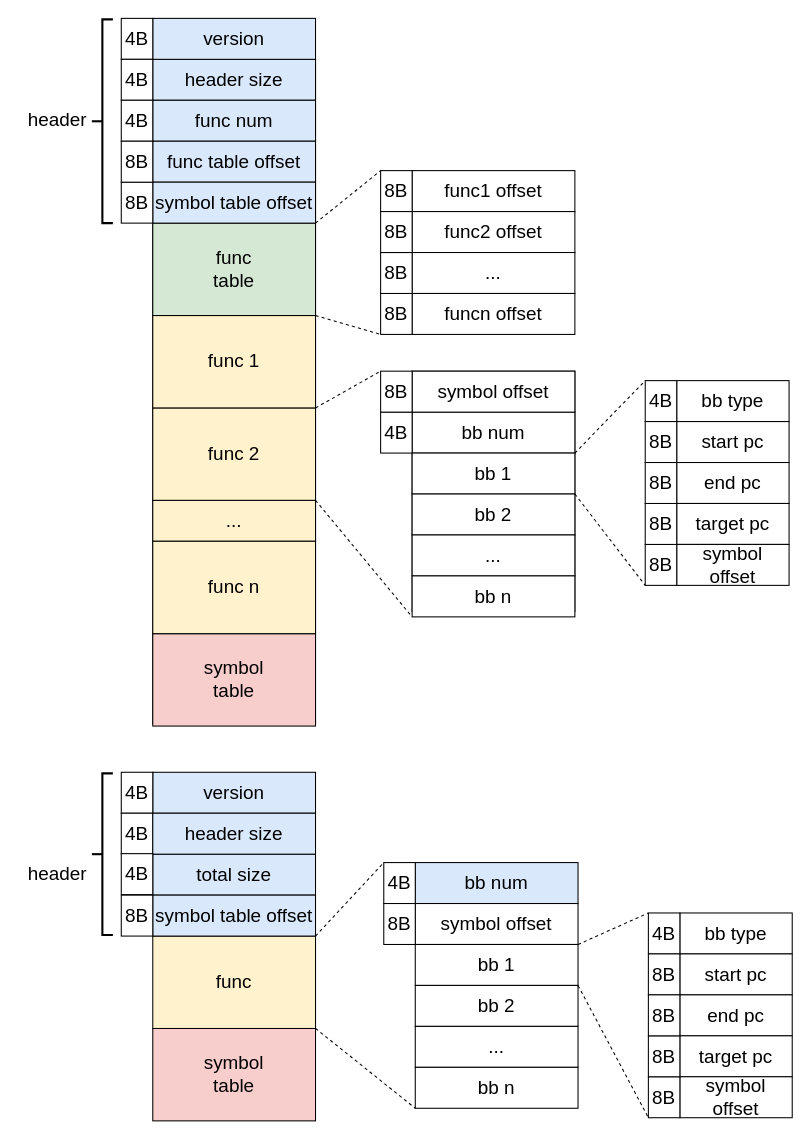
The draw.io diagram cfg 二进制布局设计.drawio in liyp1120/draw.io, before the edit. Source tidied: cells renumbered, new cells numbered last; positions are measured from the earlier drawing's top-left corner, leaving out a move shared by most shapes. Both pictures are drawn from the tidied source at 105%, with x=0, y=0 at pixel (18, 18).
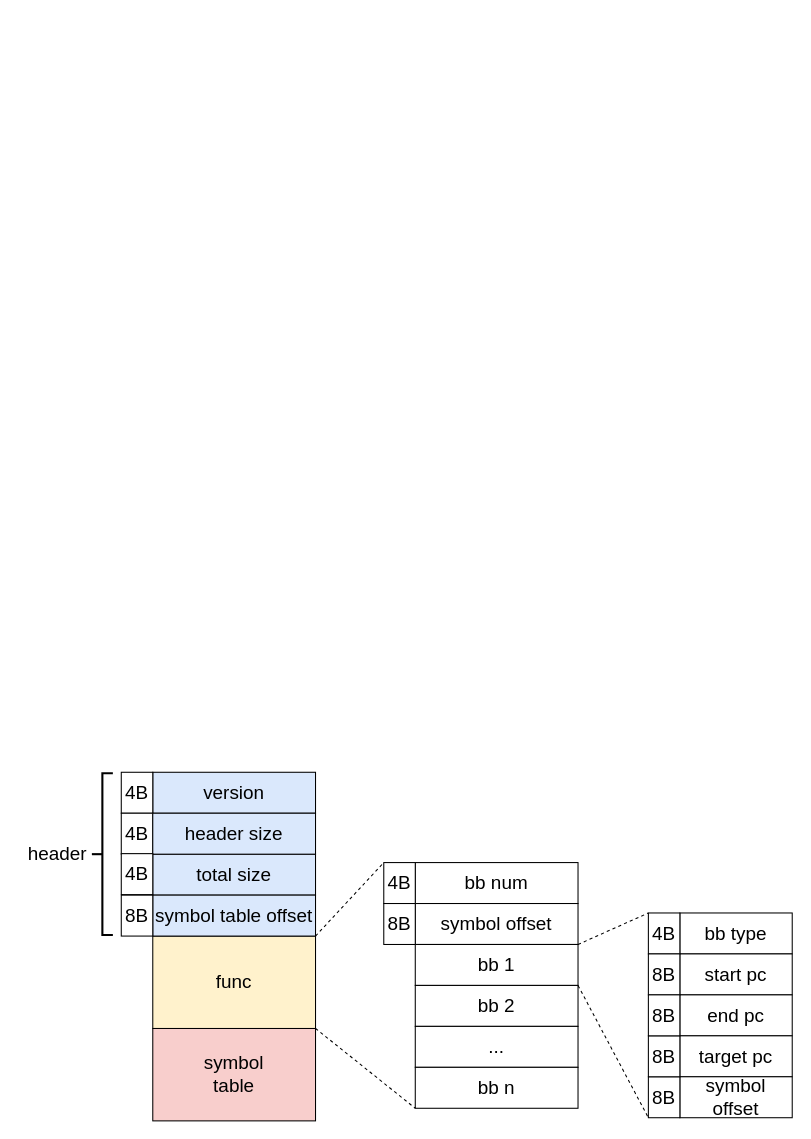
Above is the later version.

Commit message:
更新cfg 二进制布局设计.drawio

What changed in the source:
```diff
@@
-    <mxCell id="2" style="rounded=0;whiteSpace=wrap;html=1;" parent="1" vertex="1">
-      <mxGeometry x="128" y="39" width="155" height="633" as="geometry" />
-    </mxCell>
-    <mxCell id="3" value="&lt;font style=&quot;font-size: 18px;&quot;&gt;header size&lt;/font&gt;" style="rounded=0;whiteSpace=wrap;html=1;fillColor=#dae8fc;strokeColor=default;" parent="1" vertex="1">
-      <mxGeometry x="128" y="39" width="155" height="39" as="geometry" />
-    </mxCell>
-    <mxCell id="4" value="&lt;font style=&quot;font-size: 18px;&quot;&gt;version&lt;/font&gt;" style="rounded=0;whiteSpace=wrap;html=1;fillColor=#dae8fc;strokeColor=default;" parent="1" vertex="1">
-      <mxGeometry x="128" width="155" height="39" as="geometry" />
-    </mxCell>
-    <mxCell id="5" value="&lt;font style=&quot;font-size: 18px;&quot;&gt;func num&lt;/font&gt;" style="rounded=0;whiteSpace=wrap;html=1;fillColor=#dae8fc;strokeColor=default;" parent="1" vertex="1">
-      <mxGeometry x="128" y="78" width="155" height="39" as="geometry" />
-    </mxCell>
-    <mxCell id="6" value="&lt;span style=&quot;font-size: 18px;&quot;&gt;...&lt;/span&gt;" style="rounded=0;whiteSpace=wrap;html=1;fillColor=#fff2cc;strokeColor=default;" parent="1" vertex="1">
-      <mxGeometry x="128" y="459" width="155" height="39" as="geometry" />
-    </mxCell>
-    <mxCell id="7" value="&lt;font style=&quot;font-size: 18px;&quot;&gt;symbol&lt;br&gt;table&lt;br&gt;&lt;/font&gt;" style="rounded=0;whiteSpace=wrap;html=1;fillColor=#f8cecc;strokeColor=default;" parent="1" vertex="1">
-      <mxGeometry x="128" y="586" width="155" height="88" as="geometry" />
-    </mxCell>
-    <mxCell id="8" value="&lt;font style=&quot;font-size: 18px;&quot;&gt;func table offset&lt;/font&gt;" style="rounded=0;whiteSpace=wrap;html=1;fillColor=#dae8fc;strokeColor=default;" parent="1" vertex="1">
-      <mxGeometry x="128" y="117" width="155" height="39" as="geometry" />
-    </mxCell>
-    <mxCell id="9" value="&lt;font style=&quot;font-size: 18px;&quot;&gt;func n&lt;/font&gt;" style="rounded=0;whiteSpace=wrap;html=1;fillColor=#fff2cc;strokeColor=default;" parent="1" vertex="1">
-      <mxGeometry x="128" y="498" width="155" height="88" as="geometry" />
-    </mxCell>
-    <mxCell id="10" value="&lt;font style=&quot;font-size: 18px;&quot;&gt;func 2&lt;/font&gt;" style="rounded=0;whiteSpace=wrap;html=1;fillColor=#fff2cc;strokeColor=default;" parent="1" vertex="1">
-      <mxGeometry x="128" y="371" width="155" height="88" as="geometry" />
-    </mxCell>
-    <mxCell id="11" style="rounded=0;jettySize=auto;html=1;exitX=1;exitY=0;exitDx=0;exitDy=0;entryX=0;entryY=1;entryDx=0;entryDy=0;endArrow=none;dashed=1;" parent="1" edge="1" source="12" target="42">
-      <mxGeometry relative="1" as="geometry" />
-    </mxCell>
-    <mxCell id="12" value="&lt;font style=&quot;font-size: 18px;&quot;&gt;func 1&lt;/font&gt;" style="rounded=0;whiteSpace=wrap;html=1;fillColor=#fff2cc;strokeColor=default;" parent="1" vertex="1">
-      <mxGeometry x="128" y="283" width="155" height="88" as="geometry" />
-    </mxCell>
-    <mxCell id="13" value="&lt;font style=&quot;font-size: 18px;&quot;&gt;func1 offset&lt;/font&gt;" style="rounded=0;whiteSpace=wrap;html=1;" parent="1" vertex="1">
-      <mxGeometry x="375" y="145" width="155" height="39" as="geometry" />
-    </mxCell>
-    <mxCell id="14" value="&lt;font style=&quot;font-size: 18px;&quot;&gt;func2 offset&lt;/font&gt;" style="rounded=0;whiteSpace=wrap;html=1;" parent="1" vertex="1">
-      <mxGeometry x="375" y="184" width="155" height="39" as="geometry" />
-    </mxCell>
-    <mxCell id="15" value="&lt;font style=&quot;font-size: 18px;&quot;&gt;...&lt;/font&gt;" style="rounded=0;whiteSpace=wrap;html=1;" parent="1" vertex="1">
-      <mxGeometry x="375" y="223" width="155" height="39" as="geometry" />
-    </mxCell>
-    <mxCell id="16" value="&lt;font style=&quot;font-size: 18px;&quot;&gt;funcn offset&lt;/font&gt;" style="rounded=0;whiteSpace=wrap;html=1;" parent="1" vertex="1">
-      <mxGeometry x="375" y="262" width="155" height="39" as="geometry" />
-    </mxCell>
-    <mxCell id="17" style="strokeWidth=2;html=1;shape=mxgraph.flowchart.annotation_2;align=left;labelPosition=right;" parent="1" vertex="1">
-      <mxGeometry x="70" y="1" width="20" height="194" as="geometry" />
-    </mxCell>
-    <mxCell id="18" value="&lt;font style=&quot;font-size: 18px;&quot;&gt;header&lt;/font&gt;" style="text;html=1;align=center;verticalAlign=middle;strokeColor=none;fillColor=none;" parent="1" vertex="1">
-      <mxGeometry y="80" width="74" height="34" as="geometry" />
-    </mxCell>
-    <mxCell id="19" value="&lt;font style=&quot;font-size: 18px;&quot;&gt;func&lt;br&gt;table&lt;br&gt;&lt;/font&gt;" style="rounded=0;whiteSpace=wrap;html=1;fillColor=#d5e8d4;strokeColor=default;" parent="1" vertex="1">
-      <mxGeometry x="128" y="195" width="155" height="88" as="geometry" />
-    </mxCell>
-    <mxCell id="20" style="rounded=0;whiteSpace=wrap;html=1;" parent="1" vertex="1">
-      <mxGeometry x="375" y="336" width="155" height="229" as="geometry" />
-    </mxCell>
-    <mxCell id="21" value="&lt;font style=&quot;font-size: 18px;&quot;&gt;bb num&lt;/font&gt;" style="rounded=0;whiteSpace=wrap;html=1;" parent="1" vertex="1">
-      <mxGeometry x="375" y="375" width="155" height="39" as="geometry" />
-    </mxCell>
-    <mxCell id="22" value="&lt;font style=&quot;font-size: 18px;&quot;&gt;symbol offset&lt;/font&gt;" style="rounded=0;whiteSpace=wrap;html=1;" parent="1" vertex="1">
-      <mxGeometry x="375" y="336" width="155" height="39" as="geometry" />
-    </mxCell>
-    <mxCell id="23" value="&lt;font style=&quot;font-size: 18px;&quot;&gt;bb 1&lt;/font&gt;" style="rounded=0;whiteSpace=wrap;html=1;" parent="1" vertex="1">
-      <mxGeometry x="375" y="414" width="155" height="39" as="geometry" />
-    </mxCell>
-    <mxCell id="24" value="&lt;font style=&quot;font-size: 18px;&quot;&gt;bb 2&lt;/font&gt;" style="rounded=0;whiteSpace=wrap;html=1;" parent="1" vertex="1">
-      <mxGeometry x="375" y="453" width="155" height="39" as="geometry" />
-    </mxCell>
-    <mxCell id="25" value="&lt;font style=&quot;font-size: 18px;&quot;&gt;...&lt;/font&gt;" style="rounded=0;whiteSpace=wrap;html=1;" parent="1" vertex="1">
-      <mxGeometry x="375" y="492" width="155" height="39" as="geometry" />
-    </mxCell>
-    <mxCell id="26" value="&lt;font style=&quot;font-size: 18px;&quot;&gt;bb n&lt;/font&gt;" style="rounded=0;whiteSpace=wrap;html=1;" parent="1" vertex="1">
-      <mxGeometry x="375" y="531" width="155" height="39" as="geometry" />
-    </mxCell>
-    <mxCell id="27" value="&lt;font style=&quot;font-size: 18px;&quot;&gt;bb type&lt;/font&gt;" style="rounded=0;whiteSpace=wrap;html=1;" parent="1" vertex="1">
-      <mxGeometry x="627" y="345" width="107" height="39" as="geometry" />
-    </mxCell>
-    <mxCell id="28" value="&lt;font style=&quot;font-size: 18px;&quot;&gt;start pc&lt;/font&gt;" style="rounded=0;whiteSpace=wrap;html=1;" parent="1" vertex="1">
-      <mxGeometry x="627" y="384" width="107" height="39" as="geometry" />
-    </mxCell>
-    <mxCell id="29" value="&lt;font style=&quot;font-size: 18px;&quot;&gt;end pc&lt;/font&gt;" style="rounded=0;whiteSpace=wrap;html=1;" parent="1" vertex="1">
-      <mxGeometry x="627" y="423" width="107" height="39" as="geometry" />
-    </mxCell>
-    <mxCell id="30" value="&lt;font style=&quot;font-size: 18px;&quot;&gt;target pc&lt;/font&gt;" style="rounded=0;whiteSpace=wrap;html=1;" parent="1" vertex="1">
-      <mxGeometry x="627" y="462" width="107" height="39" as="geometry" />
-    </mxCell>
-    <mxCell id="31" value="&lt;font style=&quot;font-size: 18px;&quot;&gt;symbol offset&lt;/font&gt;" style="rounded=0;whiteSpace=wrap;html=1;" parent="1" vertex="1">
-      <mxGeometry x="627" y="501" width="107" height="39" as="geometry" />
-    </mxCell>
-    <mxCell id="32" value="&lt;font style=&quot;font-size: 18px;&quot;&gt;symbol table offset&lt;/font&gt;" style="rounded=0;whiteSpace=wrap;html=1;fillColor=#dae8fc;strokeColor=default;" parent="1" vertex="1">
-      <mxGeometry x="128" y="156" width="155" height="39" as="geometry" />
-    </mxCell>
-    <mxCell id="33" value="&lt;font style=&quot;font-size: 18px;&quot;&gt;4B&lt;/font&gt;" style="rounded=0;whiteSpace=wrap;html=1;" parent="1" vertex="1">
-      <mxGeometry x="98" width="30" height="39" as="geometry" />
-    </mxCell>
-    <mxCell id="34" value="&lt;font style=&quot;font-size: 18px;&quot;&gt;4B&lt;/font&gt;" style="rounded=0;whiteSpace=wrap;html=1;" parent="1" vertex="1">
-      <mxGeometry x="98" y="39" width="30" height="39" as="geometry" />
-    </mxCell>
-    <mxCell id="35" value="&lt;font style=&quot;font-size: 18px;&quot;&gt;4B&lt;/font&gt;" style="rounded=0;whiteSpace=wrap;html=1;" parent="1" vertex="1">
-      <mxGeometry x="98" y="78" width="30" height="39" as="geometry" />
-    </mxCell>
-    <mxCell id="36" value="&lt;font style=&quot;font-size: 18px;&quot;&gt;8B&lt;/font&gt;" style="rounded=0;whiteSpace=wrap;html=1;" parent="1" vertex="1">
-      <mxGeometry x="345" y="145" width="30" height="39" as="geometry" />
-    </mxCell>
-    <mxCell id="37" value="&lt;font style=&quot;font-size: 18px;&quot;&gt;8B&lt;/font&gt;" style="rounded=0;whiteSpace=wrap;html=1;" parent="1" vertex="1">
-      <mxGeometry x="98" y="156" width="30" height="39" as="geometry" />
-    </mxCell>
-    <mxCell id="38" value="&lt;font style=&quot;font-size: 18px;&quot;&gt;8B&lt;/font&gt;" style="rounded=0;whiteSpace=wrap;html=1;" parent="1" vertex="1">
-      <mxGeometry x="98" y="117" width="30" height="39" as="geometry" />
-    </mxCell>
-    <mxCell id="39" value="&lt;font style=&quot;font-size: 18px;&quot;&gt;4B&lt;/font&gt;" style="rounded=0;whiteSpace=wrap;html=1;" parent="1" vertex="1">
-      <mxGeometry x="597" y="345" width="30" height="39" as="geometry" />
-    </mxCell>
-    <mxCell id="40" value="&lt;font style=&quot;font-size: 18px;&quot;&gt;4B&lt;/font&gt;" style="rounded=0;whiteSpace=wrap;html=1;" parent="1" vertex="1">
-      <mxGeometry x="345" y="375" width="30" height="39" as="geometry" />
-    </mxCell>
-    <mxCell id="41" value="&lt;font style=&quot;font-size: 18px;&quot;&gt;8B&lt;/font&gt;" style="rounded=0;whiteSpace=wrap;html=1;" parent="1" vertex="1">
-      <mxGeometry x="345" y="336" width="30" height="39" as="geometry" />
-    </mxCell>
-    <mxCell id="42" value="&lt;font style=&quot;font-size: 18px;&quot;&gt;8B&lt;/font&gt;" style="rounded=0;whiteSpace=wrap;html=1;" parent="1" vertex="1">
-      <mxGeometry x="345" y="262" width="30" height="39" as="geometry" />
-    </mxCell>
-    <mxCell id="43" value="&lt;font style=&quot;font-size: 18px;&quot;&gt;8B&lt;/font&gt;" style="rounded=0;whiteSpace=wrap;html=1;" parent="1" vertex="1">
-      <mxGeometry x="345" y="223" width="30" height="39" as="geometry" />
-    </mxCell>
-    <mxCell id="44" value="&lt;font style=&quot;font-size: 18px;&quot;&gt;8B&lt;/font&gt;" style="rounded=0;whiteSpace=wrap;html=1;" parent="1" vertex="1">
-      <mxGeometry x="345" y="184" width="30" height="39" as="geometry" />
-    </mxCell>
-    <mxCell id="45" style="rounded=0;jettySize=auto;html=1;exitX=1;exitY=1;exitDx=0;exitDy=0;entryX=0;entryY=0;entryDx=0;entryDy=0;endArrow=none;dashed=1;" parent="1" edge="1" source="32" target="36">
-      <mxGeometry relative="1" as="geometry" />
-    </mxCell>
-    <mxCell id="46" style="rounded=0;jettySize=auto;html=1;exitX=1;exitY=1;exitDx=0;exitDy=0;entryX=0;entryY=0;entryDx=0;entryDy=0;endArrow=none;dashed=1;" parent="1" edge="1" source="12" target="41">
-      <mxGeometry relative="1" as="geometry" />
-    </mxCell>
-    <mxCell id="47" style="rounded=0;jettySize=auto;html=1;exitX=1;exitY=1;exitDx=0;exitDy=0;entryX=0;entryY=1;entryDx=0;entryDy=0;endArrow=none;dashed=1;" parent="1" edge="1" source="10" target="26">
-      <mxGeometry relative="1" as="geometry" />
-    </mxCell>
-    <mxCell id="48" value="&lt;font style=&quot;font-size: 18px;&quot;&gt;8B&lt;/font&gt;" style="rounded=0;whiteSpace=wrap;html=1;" parent="1" vertex="1">
-      <mxGeometry x="597" y="501" width="30" height="39" as="geometry" />
-    </mxCell>
-    <mxCell id="49" value="&lt;font style=&quot;font-size: 18px;&quot;&gt;8B&lt;/font&gt;" style="rounded=0;whiteSpace=wrap;html=1;" parent="1" vertex="1">
-      <mxGeometry x="597" y="462" width="30" height="39" as="geometry" />
-    </mxCell>
-    <mxCell id="50" value="&lt;font style=&quot;font-size: 18px;&quot;&gt;8B&lt;/font&gt;" style="rounded=0;whiteSpace=wrap;html=1;" parent="1" vertex="1">
-      <mxGeometry x="597" y="384" width="30" height="39" as="geometry" />
-    </mxCell>
-    <mxCell id="51" value="&lt;font style=&quot;font-size: 18px;&quot;&gt;8B&lt;/font&gt;" style="rounded=0;whiteSpace=wrap;html=1;" parent="1" vertex="1">
-      <mxGeometry x="597" y="423" width="30" height="39" as="geometry" />
-    </mxCell>
-    <mxCell id="52" style="rounded=0;jettySize=auto;html=1;exitX=1;exitY=0;exitDx=0;exitDy=0;entryX=0;entryY=0;entryDx=0;entryDy=0;endArrow=none;dashed=1;" parent="1" edge="1" source="23" target="39">
-      <mxGeometry relative="1" as="geometry" />
-    </mxCell>
-    <mxCell id="53" style="rounded=0;jettySize=auto;html=1;exitX=1;exitY=0;exitDx=0;exitDy=0;entryX=0;entryY=1;entryDx=0;entryDy=0;endArrow=none;dashed=1;" parent="1" edge="1" source="24" target="48">
-      <mxGeometry relative="1" as="geometry" />
-    </mxCell>
@@
-    <mxCell id="56" value="&lt;font style=&quot;font-size: 18px;&quot;&gt;bb num&lt;/font&gt;" style="rounded=0;whiteSpace=wrap;html=1;fillColor=#dae8fc;strokeColor=default;" parent="1" vertex="1">
+    <mxCell id="56" value="&lt;font style=&quot;font-size: 18px;&quot;&gt;bb num&lt;/font&gt;" style="rounded=0;whiteSpace=wrap;html=1;" parent="1" vertex="1">
       <mxGeometry x="378" y="804" width="155" height="39" as="geometry" />
     </mxCell>
@@
     <mxCell id="60" value="&lt;font style=&quot;font-size: 18px;&quot;&gt;header&lt;/font&gt;" style="text;html=1;align=center;verticalAlign=middle;strokeColor=none;fillColor=none;" parent="1" vertex="1">
-      <mxGeometry y="798" width="74" height="34" as="geometry" />
+      <mxGeometry y="779" width="74" height="34" as="geometry" />
     </mxCell>
```
